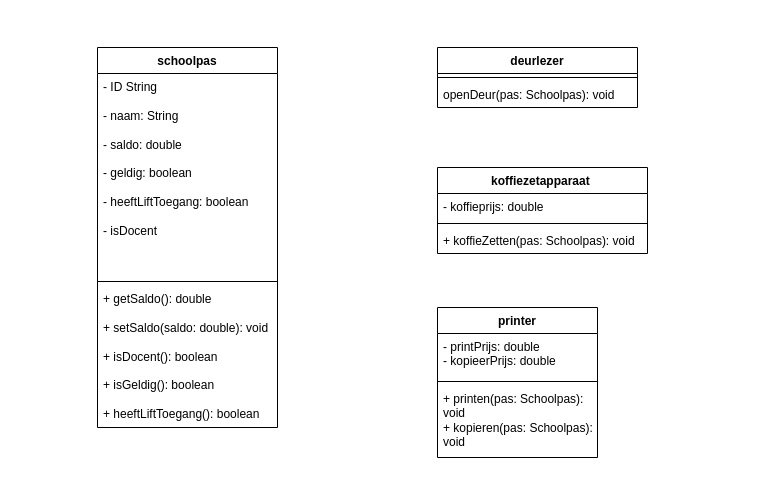
Earlier version of the draw.io diagram class-diagram-schoolsysteem.drawio (Yonaki51/OOP-extra-opdracht). Source tidied: cells renumbered, new cells numbered last; positions are measured from the earlier drawing's top-left corner, leaving out a move shared by most shapes. Both pictures are drawn from the tidied source at 100%, with x=0, y=0 at pixel (97, 47).
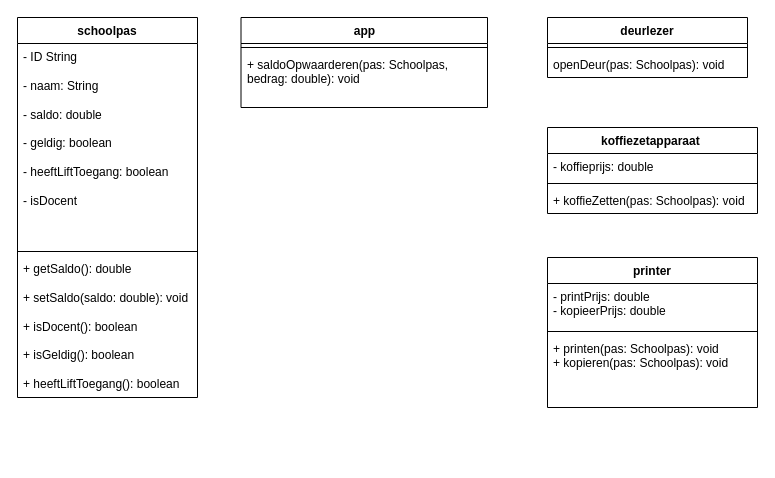
Above is the later version.

Commit message:
app class gemaakt

What changed in the source:
```diff
@@
 <mxGraphModel>
   <root>
     <mxCell id="0" />
     <mxCell id="1" parent="0" />
     <mxCell id="2" value="schoolpas" style="swimlane;fontStyle=1;align=center;verticalAlign=top;horizontal=1;startSize=26;whiteSpace=wrap;html=1;" parent="1" vertex="1">
-      <mxGeometry width="180" height="380" as="geometry" />
+      <mxGeometry x="-80" y="-30" width="180" height="380" as="geometry" />
     </mxCell>
     <mxCell id="3" value="- ID String&lt;div&gt;&lt;br&gt;&lt;/div&gt;&lt;div&gt;- naam: String&lt;/div&gt;&lt;div&gt;&lt;br&gt;&lt;/div&gt;&lt;div&gt;- saldo: double&lt;/div&gt;&lt;div&gt;&lt;br&gt;&lt;/div&gt;&lt;div&gt;- geldig: boolean&lt;/div&gt;&lt;div&gt;&lt;br&gt;&lt;/div&gt;&lt;div&gt;- heeftLiftToegang: boolean&lt;/div&gt;&lt;div&gt;&lt;br&gt;&lt;/div&gt;&lt;div&gt;- isDocent&lt;/div&gt;" style="text;strokeColor=none;fillColor=none;align=left;verticalAlign=top;spacingLeft=4;spacingRight=4;overflow=hidden;whiteSpace=wrap;html=1;" parent="2" vertex="1">
       <mxGeometry y="26" width="180" height="204" as="geometry" />
     </mxCell>
     <mxCell id="4" style="line;strokeWidth=1;fillColor=none;align=left;verticalAlign=middle;spacingTop=-1;spacingLeft=3;spacingRight=3;labelPosition=right;strokeColor=inherit;" parent="2" vertex="1">
       <mxGeometry y="230" width="180" height="8" as="geometry" />
     </mxCell>
     <mxCell id="5" value="&lt;div&gt;+ getSaldo(): double&lt;/div&gt;&lt;div&gt;&lt;br&gt;&lt;/div&gt;&lt;div&gt;+ setSaldo(saldo: double): void&lt;/div&gt;&lt;div&gt;&lt;br&gt;&lt;/div&gt;&lt;div&gt;+ isDocent(): boolean&lt;/div&gt;&lt;div&gt;&lt;br&gt;&lt;/div&gt;&lt;div&gt;+ isGeldig(): boolean&lt;/div&gt;&lt;div&gt;&lt;br&gt;&lt;/div&gt;&lt;div&gt;+ heeftLiftToegang(): boolean&lt;/div&gt;" style="text;strokeColor=none;fillColor=none;align=left;verticalAlign=top;spacingLeft=4;spacingRight=4;overflow=hidden;whiteSpace=wrap;html=1;" parent="2" vertex="1">
       <mxGeometry y="238" width="180" height="142" as="geometry" />
     </mxCell>
     <mxCell id="6" value="deurlezer" style="swimlane;fontStyle=1;align=center;verticalAlign=top;horizontal=1;startSize=26;whiteSpace=wrap;html=1;" parent="1" vertex="1">
-      <mxGeometry x="340" width="200" height="60" as="geometry" />
+      <mxGeometry x="450" y="-30" width="200" height="60" as="geometry" />
     </mxCell>
     <mxCell id="7" style="line;strokeWidth=1;fillColor=none;align=left;verticalAlign=middle;spacingTop=-1;spacingLeft=3;spacingRight=3;labelPosition=right;strokeColor=inherit;" parent="6" vertex="1">
       <mxGeometry y="26" width="200" height="8" as="geometry" />
     </mxCell>
     <mxCell id="8" value="openDeur(pas: Schoolpas): void" style="text;strokeColor=none;fillColor=none;align=left;verticalAlign=top;spacingLeft=4;spacingRight=4;overflow=hidden;whiteSpace=wrap;html=1;" parent="6" vertex="1">
       <mxGeometry y="34" width="200" height="26" as="geometry" />
     </mxCell>
     <mxCell id="9" value="koffiezetapparaat&amp;nbsp;" style="swimlane;fontStyle=1;align=center;verticalAlign=top;horizontal=1;startSize=26;whiteSpace=wrap;html=1;" parent="1" vertex="1">
-      <mxGeometry x="340" y="120" width="210" height="86" as="geometry" />
+      <mxGeometry x="450" y="80" width="210" height="86" as="geometry" />
     </mxCell>
     <mxCell id="10" value="- koffieprijs: double" style="text;strokeColor=none;fillColor=none;align=left;verticalAlign=top;spacingLeft=4;spacingRight=4;overflow=hidden;whiteSpace=wrap;html=1;" parent="9" vertex="1">
       <mxGeometry y="26" width="210" height="26" as="geometry" />
     </mxCell>
     <mxCell id="11" style="line;strokeWidth=1;fillColor=none;align=left;verticalAlign=middle;spacingTop=-1;spacingLeft=3;spacingRight=3;labelPosition=right;strokeColor=inherit;" parent="9" vertex="1">
       <mxGeometry y="52" width="210" height="8" as="geometry" />
     </mxCell>
     <mxCell id="12" value="&lt;div&gt;+ koffieZetten(pas: Schoolpas): void&lt;/div&gt;&lt;div&gt;&lt;br&gt;&lt;/div&gt;" style="text;strokeColor=none;fillColor=none;align=left;verticalAlign=top;spacingLeft=4;spacingRight=4;overflow=hidden;whiteSpace=wrap;html=1;" parent="9" vertex="1">
       <mxGeometry y="60" width="210" height="26" as="geometry" />
     </mxCell>
     <mxCell id="13" value="printer" style="swimlane;fontStyle=1;align=center;verticalAlign=top;horizontal=1;startSize=26;whiteSpace=wrap;html=1;" parent="1" vertex="1">
-      <mxGeometry x="340" y="260" width="160" height="150" as="geometry" />
+      <mxGeometry x="450" y="210" width="210" height="150" as="geometry" />
     </mxCell>
     <mxCell id="14" value="&lt;div&gt;- printPrijs: double&lt;/div&gt;&lt;div&gt;- kopieerPrijs: double&lt;/div&gt;" style="text;strokeColor=none;fillColor=none;align=left;verticalAlign=top;spacingLeft=4;spacingRight=4;overflow=hidden;whiteSpace=wrap;html=1;" parent="13" vertex="1">
-      <mxGeometry y="26" width="160" height="44" as="geometry" />
+      <mxGeometry y="26" width="210" height="44" as="geometry" />
     </mxCell>
     <mxCell id="15" style="line;strokeWidth=1;fillColor=none;align=left;verticalAlign=middle;spacingTop=-1;spacingLeft=3;spacingRight=3;labelPosition=right;strokeColor=inherit;" parent="13" vertex="1">
-      <mxGeometry y="70" width="160" height="8" as="geometry" />
+      <mxGeometry y="70" width="210" height="8" as="geometry" />
     </mxCell>
     <mxCell id="16" value="&lt;div&gt;+ printen(pas: Schoolpas): void&lt;/div&gt;&lt;div&gt;+ kopieren(pas: Schoolpas): void&lt;/div&gt;&lt;div&gt;&lt;br&gt;&lt;/div&gt;" style="text;strokeColor=none;fillColor=none;align=left;verticalAlign=top;spacingLeft=4;spacingRight=4;overflow=hidden;whiteSpace=wrap;html=1;" parent="13" vertex="1">
-      <mxGeometry y="78" width="160" height="72" as="geometry" />
+      <mxGeometry y="78" width="210" height="72" as="geometry" />
     </mxCell>
+    <mxCell id="17" value="app" style="swimlane;fontStyle=1;align=center;verticalAlign=top;horizontal=1;startSize=26;whiteSpace=wrap;html=1;" parent="1" vertex="1">
+      <mxGeometry x="143.5" y="-30" width="246.5" height="90" as="geometry" />
+    </mxCell>
+    <mxCell id="18" style="line;strokeWidth=1;fillColor=none;align=left;verticalAlign=middle;spacingTop=-1;spacingLeft=3;spacingRight=3;labelPosition=right;strokeColor=inherit;" parent="17" vertex="1">
+      <mxGeometry y="26" width="246.5" height="8" as="geometry" />
+    </mxCell>
+    <mxCell id="19" value="+ saldoOpwaarderen(pas: Schoolpas, bedrag: double): void" style="text;strokeColor=none;fillColor=none;align=left;verticalAlign=top;spacingLeft=4;spacingRight=4;overflow=hidden;whiteSpace=wrap;html=1;" parent="17" vertex="1">
+      <mxGeometry y="34" width="246.5" height="56" as="geometry" />
+    </mxCell>
   </root>
 </mxGraphModel>
```
